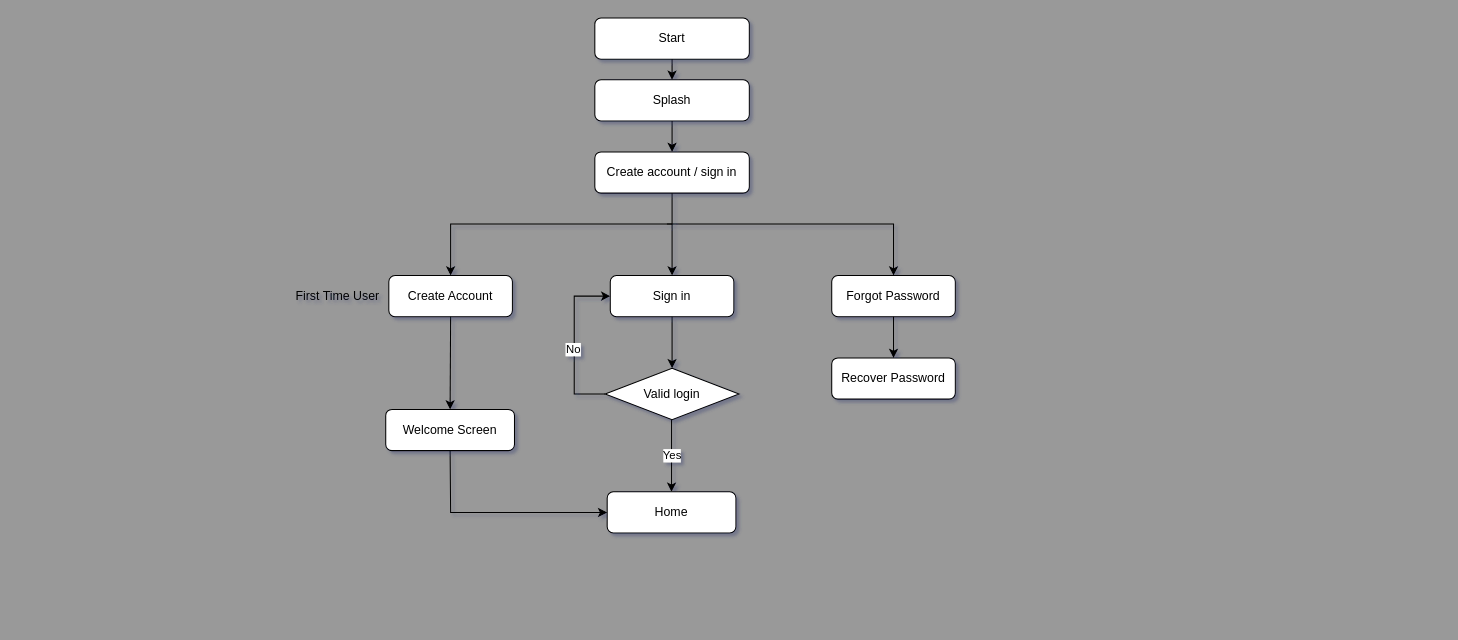
The draw.io diagram Untitled Diagram.drawio in vickycye/silk-road-scripters, before the edit. Source tidied: cells renumbered, new cells numbered last; positions are measured from the earlier drawing's top-left corner, leaving out a move shared by most shapes. Both pictures are drawn from the tidied source at 103%, with x=0, y=0 at pixel (285, 18).
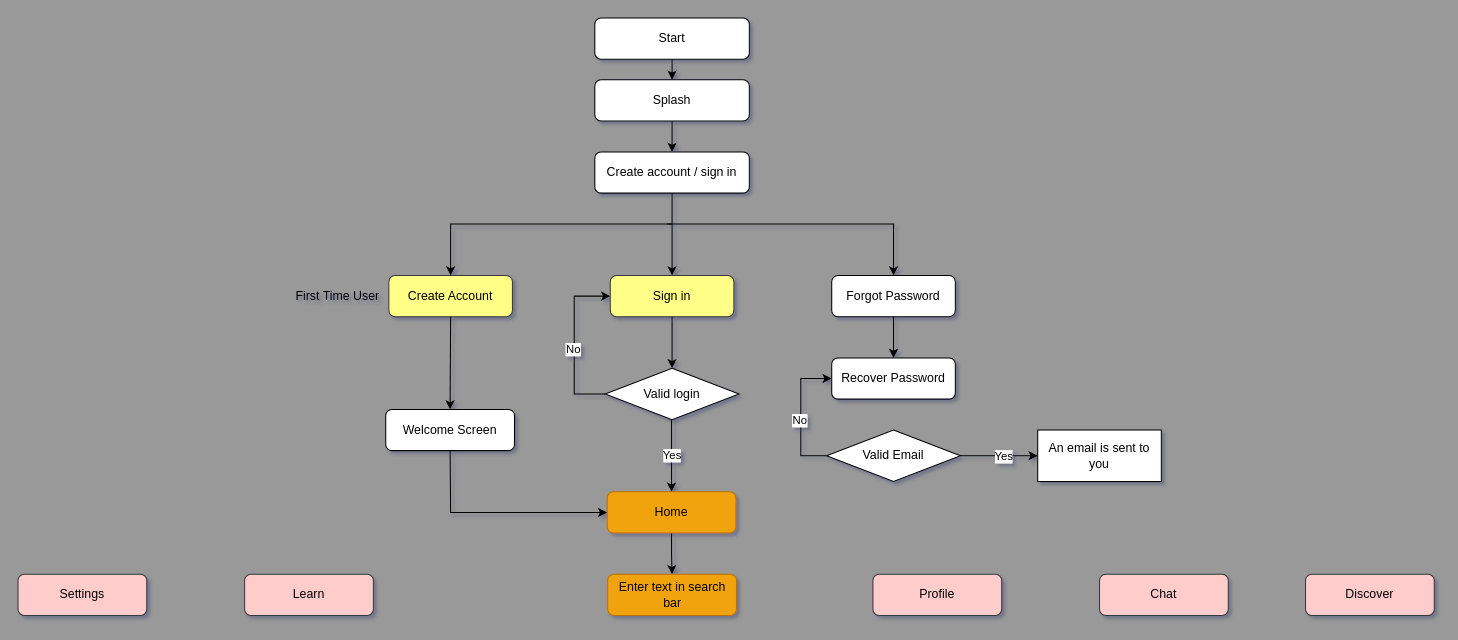
The same page after the edit.

Unchanged cells that the change refers to:
```xml
<mxCell id="22" value="Recover Password" style="rounded=1;whiteSpace=wrap;html=1;" parent="1" vertex="1">
  <mxGeometry x="530" y="330" width="120" height="40" as="geometry" />
</mxCell>
```

What changed in the source:
```diff
@@
-    <mxCell id="3" value="Create Account" style="rounded=1;whiteSpace=wrap;html=1;" parent="1" vertex="1">
+    <mxCell id="3" value="Create Account" style="rounded=1;whiteSpace=wrap;html=1;fillColor=#ffff88;strokeColor=#36393d;" parent="1" vertex="1">
       <mxGeometry x="100" y="250" width="120" height="40" as="geometry" />
     </mxCell>
-    <mxCell id="4" value="Sign in" style="rounded=1;whiteSpace=wrap;html=1;" parent="1" vertex="1">
+    <mxCell id="4" value="Sign in" style="rounded=1;whiteSpace=wrap;html=1;fillColor=#ffff88;strokeColor=#36393d;" parent="1" vertex="1">
       <mxGeometry x="315" y="250" width="120" height="40" as="geometry" />
     </mxCell>
@@
+    <mxCell id="25" style="edgeStyle=orthogonalEdgeStyle;rounded=0;jettySize=auto;html=1;exitX=0.5;exitY=1;exitDx=0;exitDy=0;entryX=0.5;entryY=0;entryDx=0;entryDy=0;" parent="1" edge="1" source="18" target="37">
+      <mxGeometry relative="1" as="geometry" />
+    </mxCell>
-    <mxCell id="18" value="Home" style="rounded=1;whiteSpace=wrap;html=1;" parent="1" vertex="1">
+    <mxCell id="18" value="Home" style="rounded=1;whiteSpace=wrap;html=1;fillColor=#f0a30a;fontColor=#000000;strokeColor=#BD7000;" parent="1" vertex="1">
       <mxGeometry x="312" y="460" width="125" height="40" as="geometry" />
     </mxCell>
@@
+    <mxCell id="26" value="Valid Email" style="rhombus;whiteSpace=wrap;html=1;" parent="1" vertex="1">
+      <mxGeometry x="525" y="400" width="130" height="50" as="geometry" />
+    </mxCell>
+    <mxCell id="27" style="endArrow=classic;html=1;rounded=0;exitX=0;exitY=0.5;exitDx=0;exitDy=0;entryX=0;entryY=0.5;entryDx=0;entryDy=0;" parent="1" edge="1" source="26" target="22">
+      <mxGeometry relative="1" as="geometry">
+        <Array as="points">
+          <mxPoint x="500" y="425" />
+          <mxPoint x="500" y="350" />
+        </Array>
+      </mxGeometry>
+    </mxCell>
+    <mxCell id="28" value="No" style="edgeLabel;html=1;align=center;verticalAlign=middle;" parent="27" vertex="1">
+      <mxGeometry x="-0.07" y="2" relative="1" as="geometry" />
+    </mxCell>
+    <mxCell id="29" style="endArrow=classic;html=1;rounded=0;exitX=1;exitY=0.5;exitDx=0;exitDy=0;" parent="1" edge="1" source="26">
+      <mxGeometry relative="1" as="geometry">
+        <mxPoint x="730" y="425" as="targetPoint" />
+      </mxGeometry>
+    </mxCell>
+    <mxCell id="30" value="Yes" style="edgeLabel;html=1;align=center;verticalAlign=middle;" parent="29" vertex="1">
+      <mxGeometry x="0.08" relative="1" as="geometry" />
+    </mxCell>
+    <mxCell id="31" value="An email is sent to you" style="rounded=0;whiteSpace=wrap;html=1;" parent="1" vertex="1">
+      <mxGeometry x="730" y="400" width="120" height="50" as="geometry" />
+    </mxCell>
+    <mxCell id="32" value="Settings" style="rounded=1;whiteSpace=wrap;html=1;fillColor=#ffcccc;strokeColor=#36393d;" parent="1" vertex="1">
+      <mxGeometry x="-260" y="540" width="125" height="40" as="geometry" />
+    </mxCell>
+    <mxCell id="33" value="Learn" style="rounded=1;whiteSpace=wrap;html=1;fillColor=#ffcccc;strokeColor=#36393d;" parent="1" vertex="1">
+      <mxGeometry x="-40" y="540" width="125" height="40" as="geometry" />
+    </mxCell>
+    <mxCell id="34" value="Chat" style="rounded=1;whiteSpace=wrap;html=1;fillColor=#ffcccc;strokeColor=#36393d;" parent="1" vertex="1">
+      <mxGeometry x="790" y="540" width="125" height="40" as="geometry" />
+    </mxCell>
+    <mxCell id="35" value="Discover" style="rounded=1;whiteSpace=wrap;html=1;fillColor=#ffcccc;strokeColor=#36393d;" parent="1" vertex="1">
+      <mxGeometry x="990" y="540" width="125" height="40" as="geometry" />
+    </mxCell>
+    <mxCell id="36" value="Profile" style="rounded=1;whiteSpace=wrap;html=1;fillColor=#ffcccc;strokeColor=#36393d;" parent="1" vertex="1">
+      <mxGeometry x="570" y="540" width="125" height="40" as="geometry" />
+    </mxCell>
+    <mxCell id="37" value="Enter text in search bar" style="rounded=1;whiteSpace=wrap;html=1;fillColor=#f0a30a;fontColor=#000000;strokeColor=#BD7000;" parent="1" vertex="1">
+      <mxGeometry x="312.5" y="540" width="125" height="40" as="geometry" />
+    </mxCell>
```
